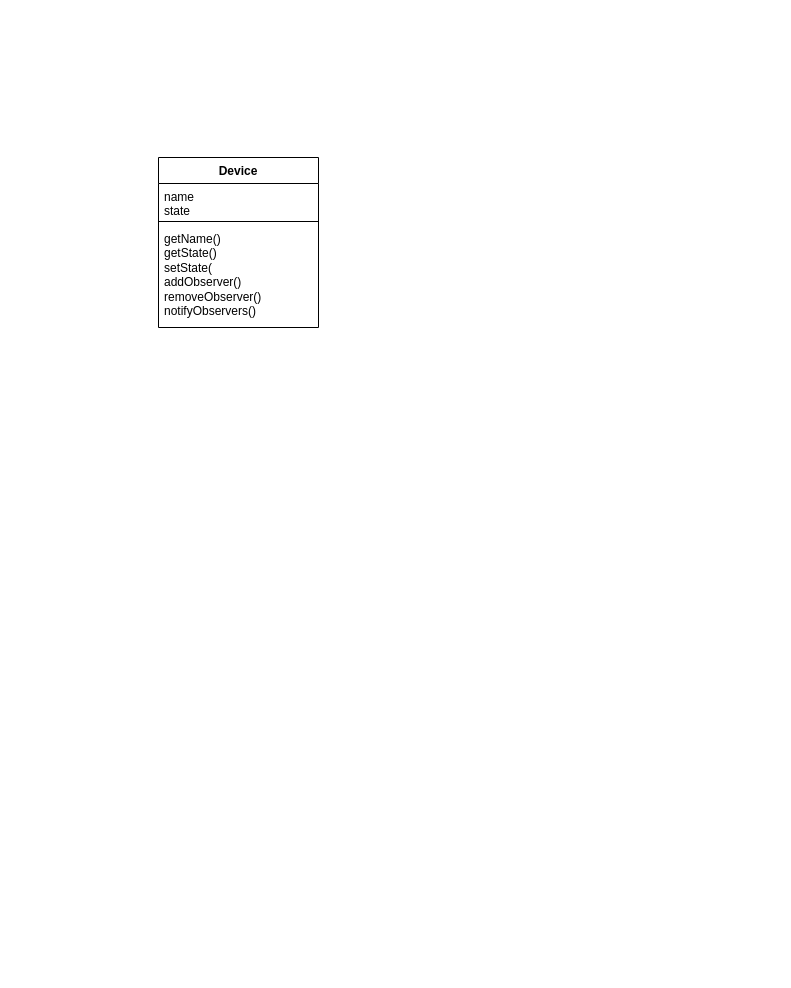
sirfan123/1530 keeps this draw.io diagram as Assignment 2.drawio. Above is the earlier version. Source tidied: cells renumbered, new cells numbered last; positions are measured from the earlier drawing's top-left corner, leaving out a move shared by most shapes. Both pictures are drawn from the tidied source at 100%, with x=0, y=0 at pixel (158, 157).
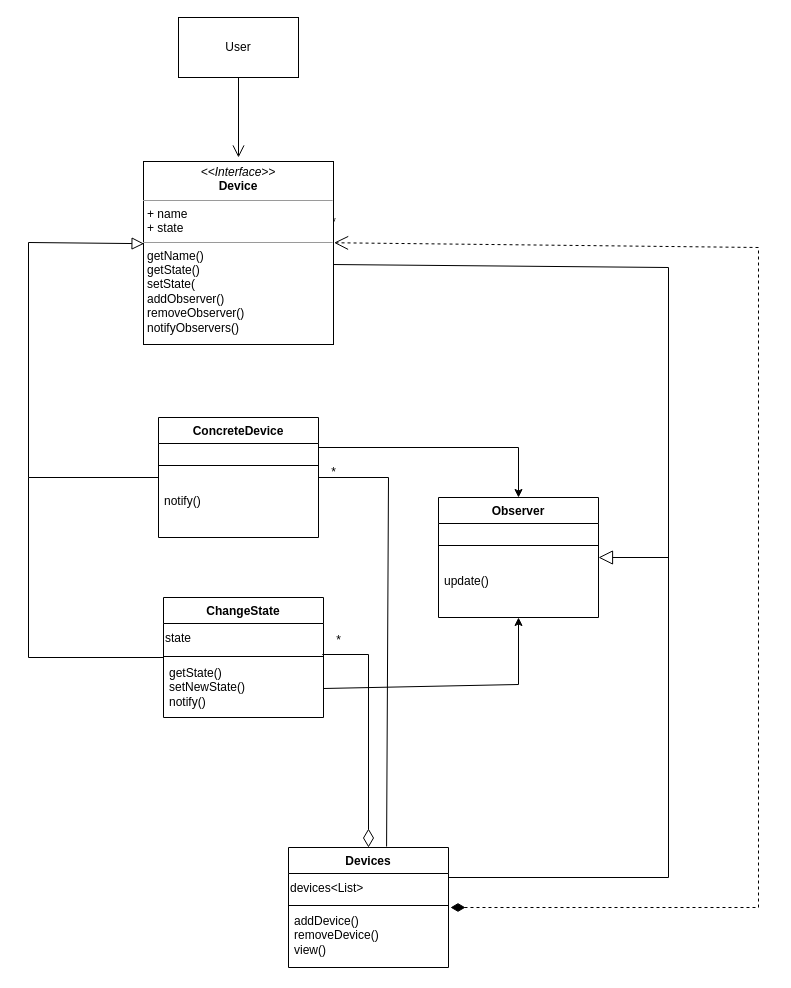
After the change.

Diff of the diagram source:
```diff
@@
-    <mxCell id="2" value="Device" style="swimlane;fontStyle=1;align=center;verticalAlign=top;horizontal=1;startSize=26;whiteSpace=wrap;html=1;" parent="1" vertex="1">
-      <mxGeometry width="160" height="170" as="geometry" />
-    </mxCell>
-    <mxCell id="3" value="name&lt;br&gt;state" style="text;strokeColor=none;fillColor=none;align=left;verticalAlign=top;spacingLeft=4;spacingRight=4;overflow=hidden;whiteSpace=wrap;html=1;" parent="2" vertex="1">
-      <mxGeometry y="26" width="160" height="34" as="geometry" />
-    </mxCell>
-    <mxCell id="4" style="line;strokeWidth=1;fillColor=none;align=left;verticalAlign=middle;spacingTop=-1;spacingLeft=3;spacingRight=3;labelPosition=right;strokeColor=inherit;" parent="2" vertex="1">
-      <mxGeometry y="60" width="160" height="8" as="geometry" />
-    </mxCell>
-    <mxCell id="5" value="getName()&lt;br&gt;getState()&lt;br&gt;setState(&lt;br&gt;addObserver()&lt;br&gt;removeObserver()&lt;br&gt;notifyObservers()&amp;nbsp;" style="text;strokeColor=none;fillColor=none;align=left;verticalAlign=top;spacingLeft=4;spacingRight=4;overflow=hidden;whiteSpace=wrap;html=1;" parent="2" vertex="1">
-      <mxGeometry y="68" width="160" height="102" as="geometry" />
-    </mxCell>
+    <mxCell id="6" value="ConcreteDevice" style="swimlane;fontStyle=1;align=center;verticalAlign=top;horizontal=1;startSize=26;whiteSpace=wrap;html=1;" parent="1" vertex="1">
+      <mxGeometry y="260" width="160" height="120" as="geometry" />
+    </mxCell>
+    <mxCell id="7" style="line;strokeWidth=1;fillColor=none;align=left;verticalAlign=middle;spacingTop=-1;spacingLeft=3;spacingRight=3;labelPosition=right;strokeColor=inherit;" parent="6" vertex="1">
+      <mxGeometry y="26" width="160" height="44" as="geometry" />
+    </mxCell>
+    <mxCell id="8" value="notify()" style="text;strokeColor=none;fillColor=none;align=left;verticalAlign=top;spacingLeft=4;spacingRight=4;overflow=hidden;whiteSpace=wrap;html=1;" parent="6" vertex="1">
+      <mxGeometry y="70" width="160" height="50" as="geometry" />
+    </mxCell>
+    <mxCell id="9" value="Observer" style="swimlane;fontStyle=1;align=center;verticalAlign=top;horizontal=1;startSize=26;whiteSpace=wrap;html=1;" parent="1" vertex="1">
+      <mxGeometry x="280" y="340" width="160" height="120" as="geometry" />
+    </mxCell>
+    <mxCell id="10" style="line;strokeWidth=1;fillColor=none;align=left;verticalAlign=middle;spacingTop=-1;spacingLeft=3;spacingRight=3;labelPosition=right;strokeColor=inherit;" parent="9" vertex="1">
+      <mxGeometry y="26" width="160" height="44" as="geometry" />
+    </mxCell>
+    <mxCell id="11" value="update()" style="text;strokeColor=none;fillColor=none;align=left;verticalAlign=top;spacingLeft=4;spacingRight=4;overflow=hidden;whiteSpace=wrap;html=1;" parent="9" vertex="1">
+      <mxGeometry y="70" width="160" height="50" as="geometry" />
+    </mxCell>
+    <mxCell id="12" value="ChangeState" style="swimlane;fontStyle=1;align=center;verticalAlign=top;horizontal=1;startSize=26;whiteSpace=wrap;html=1;" parent="1" vertex="1">
+      <mxGeometry x="5" y="440" width="160" height="120" as="geometry" />
+    </mxCell>
+    <mxCell id="13" value="state" style="text;html=1;align=left;verticalAlign=middle;strokeColor=none;fillColor=none;" parent="12" vertex="1">
+      <mxGeometry y="26" width="160" height="30" as="geometry" />
+    </mxCell>
+    <mxCell id="14" style="line;strokeWidth=1;fillColor=none;align=left;verticalAlign=middle;spacingTop=-1;spacingLeft=3;spacingRight=3;labelPosition=right;strokeColor=inherit;" parent="12" vertex="1">
+      <mxGeometry y="56" width="160" height="6" as="geometry" />
+    </mxCell>
+    <mxCell id="15" value="getState()&lt;br&gt;setNewState() &lt;br&gt;notify()" style="text;strokeColor=none;fillColor=none;align=left;verticalAlign=top;spacingLeft=4;spacingRight=4;overflow=hidden;points=[[0,0.5],[1,0.5]];portConstraint=eastwest;whiteSpace=wrap;html=1;" parent="12" vertex="1">
+      <mxGeometry y="62" width="160" height="58" as="geometry" />
+    </mxCell>
+    <mxCell id="16" value="Devices" style="swimlane;fontStyle=1;align=center;verticalAlign=top;horizontal=1;startSize=26;whiteSpace=wrap;html=1;" parent="1" vertex="1">
+      <mxGeometry x="130" y="690" width="160" height="120" as="geometry" />
+    </mxCell>
+    <mxCell id="17" value="devices&amp;lt;List&amp;gt;" style="text;html=1;align=left;verticalAlign=middle;strokeColor=none;fillColor=none;" parent="16" vertex="1">
+      <mxGeometry y="26" width="160" height="30" as="geometry" />
+    </mxCell>
+    <mxCell id="18" style="line;strokeWidth=1;fillColor=none;align=left;verticalAlign=middle;spacingTop=-1;spacingLeft=3;spacingRight=3;labelPosition=right;strokeColor=inherit;" parent="16" vertex="1">
+      <mxGeometry y="56" width="160" height="4" as="geometry" />
+    </mxCell>
+    <mxCell id="19" value="addDevice()&lt;br&gt;removeDevice()&lt;br&gt;view()" style="text;strokeColor=none;fillColor=none;align=left;verticalAlign=top;spacingLeft=4;spacingRight=4;overflow=hidden;whiteSpace=wrap;html=1;" parent="16" vertex="1">
+      <mxGeometry y="60" width="160" height="60" as="geometry" />
+    </mxCell>
+    <mxCell id="20" value="User" style="rounded=0;whiteSpace=wrap;html=1;" parent="1" vertex="1">
+      <mxGeometry x="20" y="-140" width="120" height="60" as="geometry" />
+    </mxCell>
+    <mxCell id="21" style="endArrow=open;html=1;rounded=0;endFill=0;startSize=6;jumpSize=6;endSize=10;" parent="1" edge="1" source="20">
+      <mxGeometry relative="1" as="geometry">
+        <mxPoint x="80" as="targetPoint" />
+      </mxGeometry>
+    </mxCell>
+    <mxCell id="22" style="endArrow=block;html=1;rounded=0;endFill=0;startSize=6;jumpSize=6;endSize=10;entryX=0.003;entryY=0.449;entryDx=0;entryDy=0;entryPerimeter=0;" parent="1" edge="1" source="6" target="34">
+      <mxGeometry relative="1" as="geometry">
+        <Array as="points">
+          <mxPoint x="-130" y="320" />
+          <mxPoint x="-130" y="85" />
+        </Array>
+      </mxGeometry>
+    </mxCell>
+    <mxCell id="23" style="endArrow=open;dashed=1;html=1;rounded=0;endFill=0;startArrow=diamondThin;startFill=1;targetPerimeterSpacing=0;sourcePerimeterSpacing=2;strokeWidth=1;startSize=12;endSize=12;entryX=1.003;entryY=0.444;entryDx=0;entryDy=0;entryPerimeter=0;" parent="1" edge="1" source="16" target="34">
+      <mxGeometry relative="1" as="geometry">
+        <Array as="points">
+          <mxPoint x="600" y="750" />
+          <mxPoint x="600" y="90" />
+        </Array>
+      </mxGeometry>
+    </mxCell>
+    <mxCell id="24" value="*" style="text;html=1;align=center;verticalAlign=middle;strokeColor=none;fillColor=none;" parent="1" vertex="1">
+      <mxGeometry x="160" y="50" width="30" height="30" as="geometry" />
+    </mxCell>
+    <mxCell id="25" style="endArrow=none;html=1;rounded=0;startArrow=diamondThin;startFill=0;endSize=12;startSize=16;entryX=-0.039;entryY=0.967;entryDx=0;entryDy=0;entryPerimeter=0;" parent="1" edge="1" source="16" target="26">
+      <mxGeometry relative="1" as="geometry">
+        <Array as="points">
+          <mxPoint x="210" y="497" />
+        </Array>
+      </mxGeometry>
+    </mxCell>
+    <mxCell id="26" value="*" style="text;html=1;align=center;verticalAlign=middle;points=[];strokeColor=none;fillColor=none;" parent="1" vertex="1">
+      <mxGeometry x="165" y="468" width="30" height="30" as="geometry" />
+    </mxCell>
+    <mxCell id="27" style="endArrow=none;html=1;rounded=0;entryX=0.613;entryY=-0.008;entryDx=0;entryDy=0;entryPerimeter=0;" parent="1" edge="1" source="6" target="16">
+      <mxGeometry relative="1" as="geometry">
+        <Array as="points">
+          <mxPoint x="230" y="320" />
+        </Array>
+      </mxGeometry>
+    </mxCell>
+    <mxCell id="28" value="*" style="text;html=1;align=center;verticalAlign=middle;strokeColor=none;fillColor=none;" parent="1" vertex="1">
+      <mxGeometry x="160" y="300" width="30" height="30" as="geometry" />
+    </mxCell>
+    <mxCell id="29" style="endArrow=classic;html=1;rounded=0;exitX=1;exitY=0.25;exitDx=0;exitDy=0;" parent="1" edge="1" source="6" target="9">
+      <mxGeometry relative="1" as="geometry">
+        <Array as="points">
+          <mxPoint x="360" y="290" />
+        </Array>
+      </mxGeometry>
+    </mxCell>
+    <mxCell id="30" style="endArrow=classic;html=1;rounded=0;exitX=1;exitY=0.5;exitDx=0;exitDy=0;" parent="1" edge="1" source="15" target="9">
+      <mxGeometry relative="1" as="geometry">
+        <Array as="points">
+          <mxPoint x="360" y="527" />
+        </Array>
+      </mxGeometry>
+    </mxCell>
+    <mxCell id="31" style="endArrow=block;html=1;rounded=0;endFill=0;endSize=12;" parent="1" edge="1" target="9">
+      <mxGeometry relative="1" as="geometry">
+        <mxPoint x="510" y="400" as="sourcePoint" />
+      </mxGeometry>
+    </mxCell>
+    <mxCell id="32" style="endArrow=none;html=1;rounded=0;entryX=0.995;entryY=0.563;entryDx=0;entryDy=0;entryPerimeter=0;" parent="1" edge="1" target="34">
+      <mxGeometry relative="1" as="geometry">
+        <mxPoint x="290" y="720" as="sourcePoint" />
+        <Array as="points">
+          <mxPoint x="510" y="720" />
+          <mxPoint x="510" y="110" />
+        </Array>
+      </mxGeometry>
+    </mxCell>
+    <mxCell id="33" style="endArrow=none;html=1;rounded=0;" parent="1" edge="1" source="12">
+      <mxGeometry relative="1" as="geometry">
+        <mxPoint x="-130" y="320" as="targetPoint" />
+        <Array as="points">
+          <mxPoint x="-130" y="500" />
+        </Array>
+      </mxGeometry>
+    </mxCell>
+    <mxCell id="34" value="&lt;p style=&quot;margin:0px;margin-top:4px;text-align:center;&quot;&gt;&lt;i&gt;&amp;lt;&amp;lt;Interface&amp;gt;&amp;gt;&lt;/i&gt;&lt;br&gt;&lt;b&gt;Device&lt;/b&gt;&lt;/p&gt;&lt;hr size=&quot;1&quot;&gt;&lt;p style=&quot;margin:0px;margin-left:4px;&quot;&gt;+ name&lt;br&gt;+ state&lt;/p&gt;&lt;hr size=&quot;1&quot;&gt;&lt;p style=&quot;margin:0px;margin-left:4px;&quot;&gt;getName()&lt;br style=&quot;border-color: var(--border-color);&quot;&gt;getState()&lt;br style=&quot;border-color: var(--border-color);&quot;&gt;setState(&lt;br style=&quot;border-color: var(--border-color);&quot;&gt;addObserver()&lt;br style=&quot;border-color: var(--border-color);&quot;&gt;removeObserver()&lt;br style=&quot;border-color: var(--border-color);&quot;&gt;notifyObservers()&amp;nbsp;&lt;br&gt;&lt;/p&gt;" style="verticalAlign=top;align=left;overflow=fill;fontSize=12;fontFamily=Helvetica;html=1;whiteSpace=wrap;" parent="1" vertex="1">
+      <mxGeometry x="-15" y="4" width="190" height="183" as="geometry" />
+    </mxCell>
```
